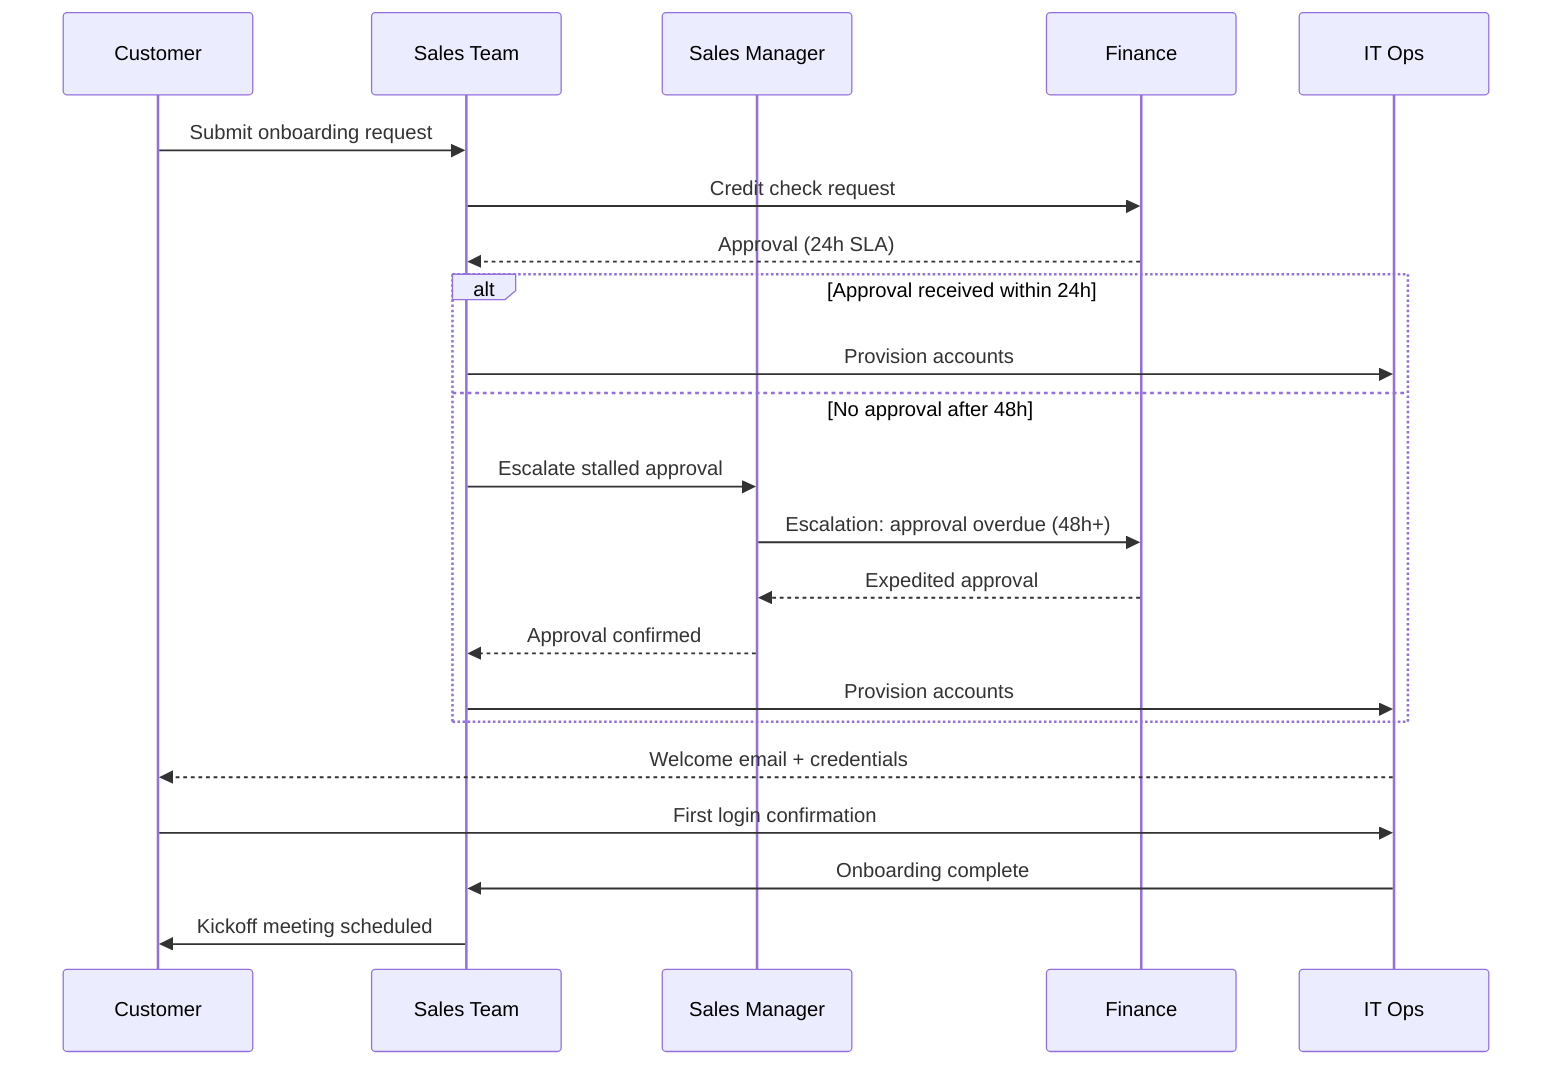
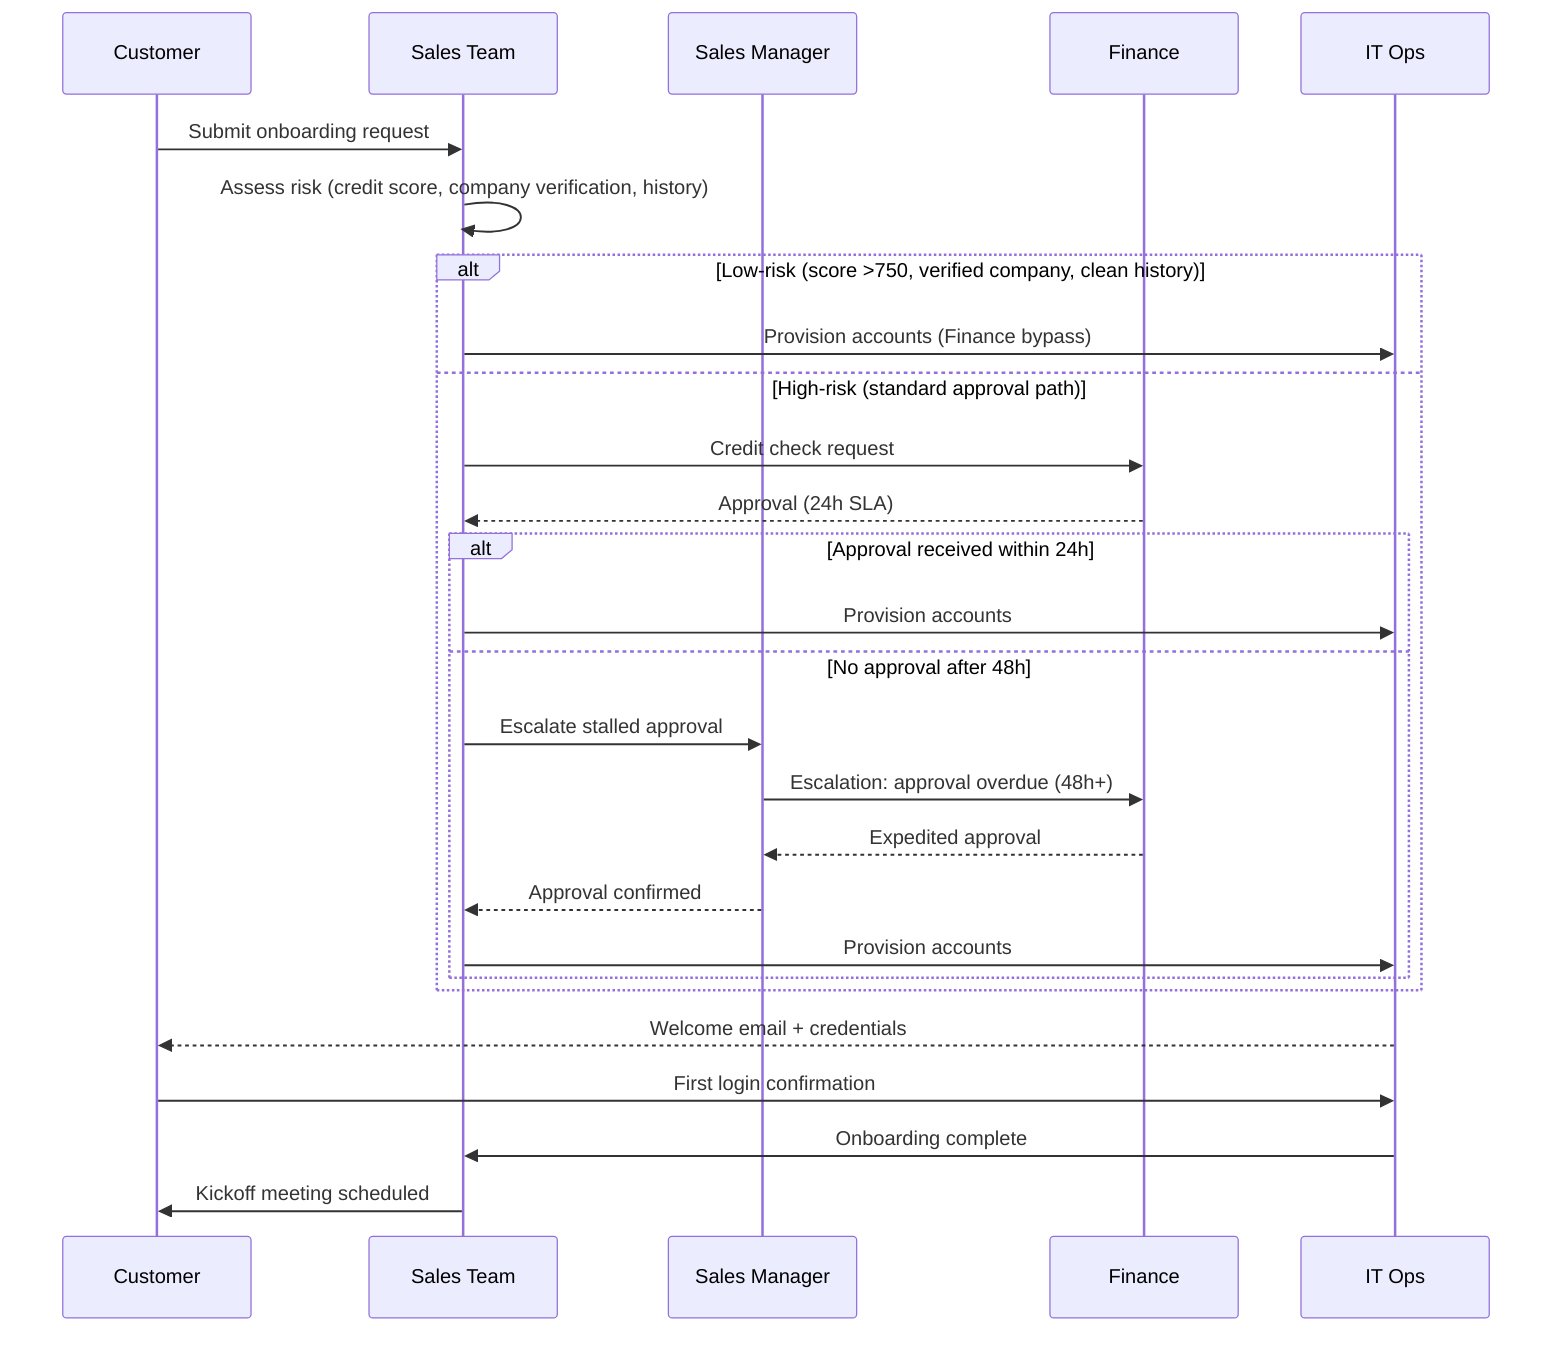
sequenceDiagram
    participant C as Customer
    participant S as Sales Team
    participant M as Sales Manager
    participant F as Finance
    participant IT as IT Ops

    C->>S: Submit onboarding request
-     S->>F: Credit check request
-     F-->>S: Approval (24h SLA)

    %% ⚡ CHANGED SECTION
-     alt Approval received within 24h
-         S->>IT: Provision accounts
-     else No approval after 48h
-         S->>M: Escalate stalled approval
-         M->>F: Escalation: approval overdue (48h+)
-         F-->>M: Expedited approval
-         M-->>S: Approval confirmed
-         S->>IT: Provision accounts
+     S->>S: Assess risk (credit score, company verification, history)
+ 
+     alt Low-risk (score >750, verified company, clean history)
+         S->>IT: Provision accounts (Finance bypass)
+     else High-risk (standard approval path)
+         S->>F: Credit check request
+         F-->>S: Approval (24h SLA)
+ 
+         alt Approval received within 24h
+             S->>IT: Provision accounts
+         else No approval after 48h
+             S->>M: Escalate stalled approval
+             M->>F: Escalation: approval overdue (48h+)
+             F-->>M: Expedited approval
+             M-->>S: Approval confirmed
+             S->>IT: Provision accounts
+         end
    end
    %% ⚡ END CHANGED SECTION

    IT-->>C: Welcome email + credentials
    C->>IT: First login confirmation
    IT->>S: Onboarding complete
    S->>C: Kickoff meeting scheduled